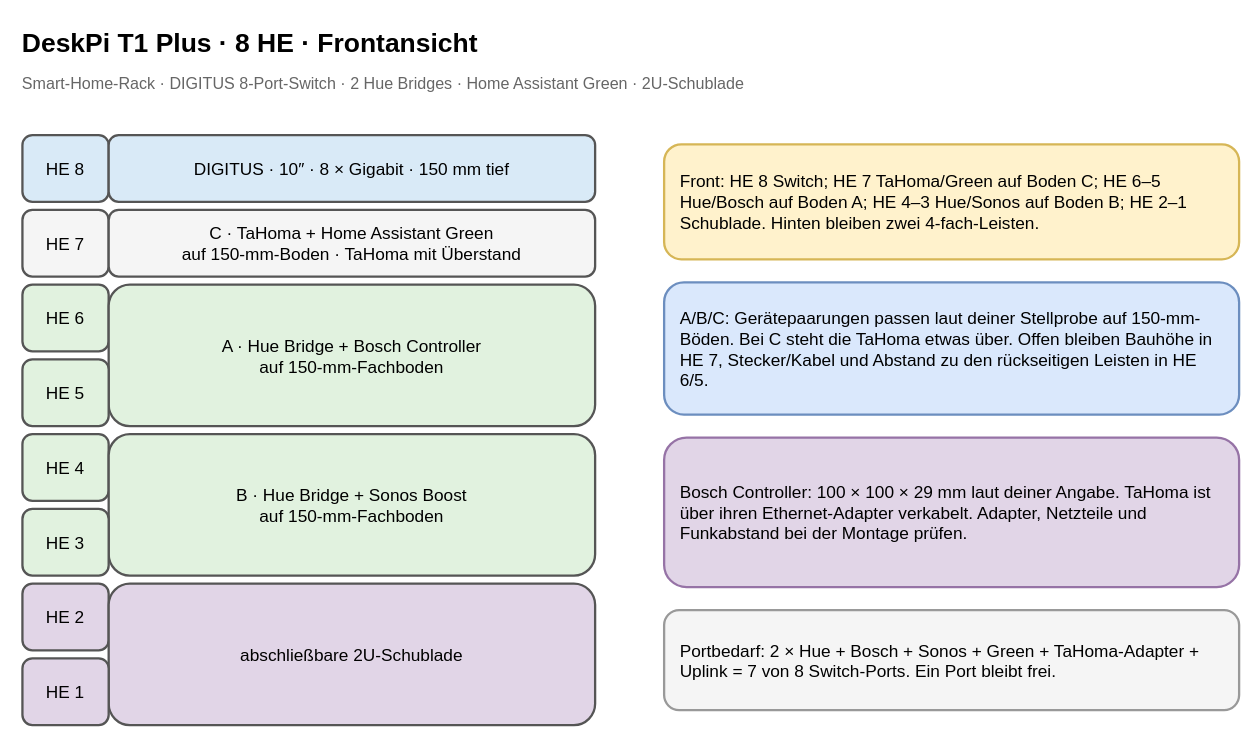
Before: page "DeskPi 8 HE – Front" (1 of 4) of 10-zoll-rack-planung.drawio in tiptronic/diagrams, a draw.io diagram. Source tidied: cells renumbered, new cells numbered last; positions are measured from the earlier drawing's top-left corner, leaving out a move shared by most shapes. Both pictures are drawn from the tidied source at 115%, with x=0, y=0 at pixel (20, 20).
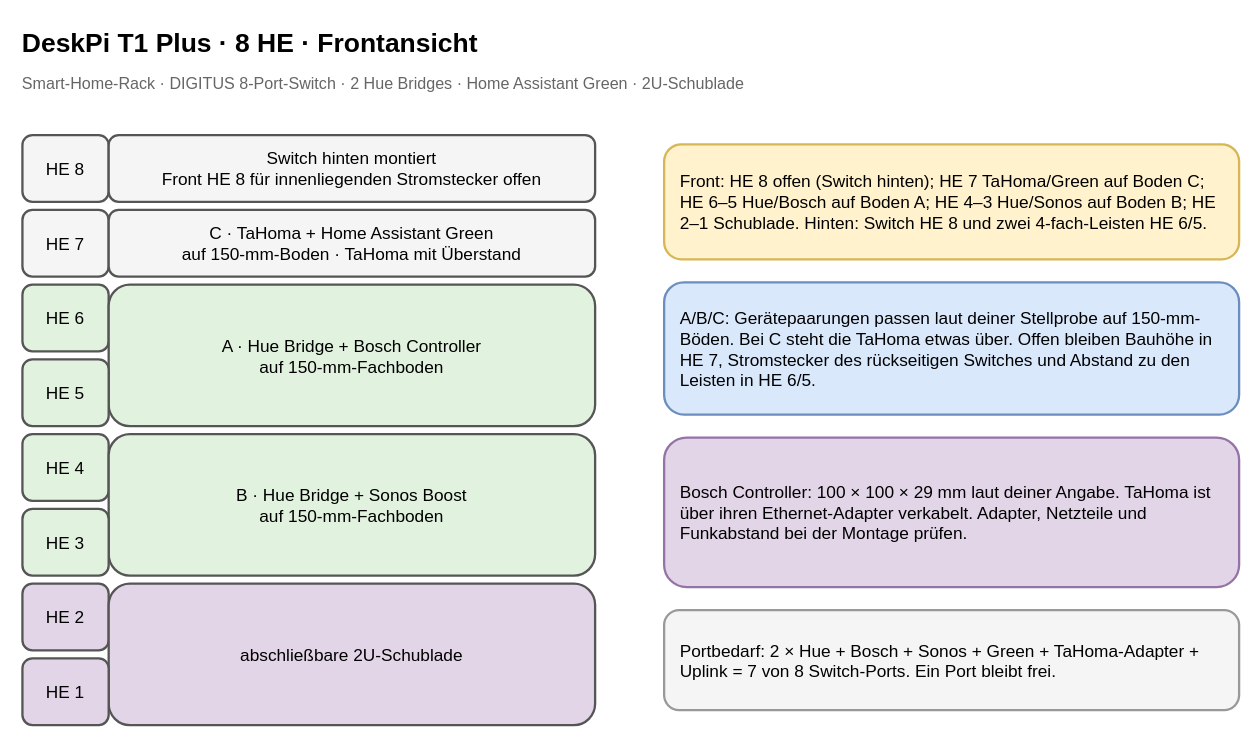
The same page after the edit.

Commit message (it also covers changes not shown here):
Plan switch on rear rack rails

Change to the diagram source:
```diff
@@
-    <mxCell id="4" value="HE 8" style="rounded=1;whiteSpace=wrap;html=1;align=center;verticalAlign=middle;strokeWidth=2;fontSize=15;fillColor=#d9eaf7;strokeColor=#555555;" parent="1" vertex="1">
+    <mxCell id="4" value="HE 8" style="rounded=1;whiteSpace=wrap;html=1;align=center;verticalAlign=middle;strokeWidth=2;fontSize=15;fillColor=#f5f5f5;strokeColor=#555555;" parent="1" vertex="1">
       <mxGeometry x="2" y="100" width="75" height="58" as="geometry" />
     </mxCell>
-    <mxCell id="5" value="DIGITUS · 10″ · 8 × Gigabit · 150 mm tief" style="rounded=1;whiteSpace=wrap;html=1;align=center;verticalAlign=middle;strokeWidth=2;fontSize=15;fillColor=#d9eaf7;strokeColor=#555555;" parent="1" vertex="1">
+    <mxCell id="5" value="Switch hinten montiert&#10;Front HE 8 für innenliegenden Stromstecker offen" style="rounded=1;whiteSpace=wrap;html=1;align=center;verticalAlign=middle;strokeWidth=2;fontSize=15;fillColor=#f5f5f5;strokeColor=#555555;" parent="1" vertex="1">
       <mxGeometry x="77" y="100" width="423" height="58" as="geometry" />
     </mxCell>
@@
-    <mxCell id="17" value="Front: HE 8 Switch; HE 7 TaHoma/Green auf Boden C; HE 6–5 Hue/Bosch auf Boden A; HE 4–3 Hue/Sonos auf Boden B; HE 2–1 Schublade. Hinten bleiben zwei 4-fach-Leisten." style="rounded=1;whiteSpace=wrap;html=1;align=center;verticalAlign=middle;strokeWidth=2;fontSize=15;align=left;spacing=14;fillColor=#fff2cc;strokeColor=#d6b656;" parent="1" vertex="1">
+    <mxCell id="17" value="Front: HE 8 offen (Switch hinten); HE 7 TaHoma/Green auf Boden C; HE 6–5 Hue/Bosch auf Boden A; HE 4–3 Hue/Sonos auf Boden B; HE 2–1 Schublade. Hinten: Switch HE 8 und zwei 4-fach-Leisten HE 6/5." style="rounded=1;whiteSpace=wrap;html=1;align=center;verticalAlign=middle;strokeWidth=2;fontSize=15;align=left;spacing=14;fillColor=#fff2cc;strokeColor=#d6b656;" parent="1" vertex="1">
       <mxGeometry x="560" y="108" width="500" height="100" as="geometry" />
     </mxCell>
-    <mxCell id="18" value="A/B/C: Gerätepaarungen passen laut deiner Stellprobe auf 150-mm-Böden. Bei C steht die TaHoma etwas über. Offen bleiben Bauhöhe in HE 7, Stecker/Kabel und Abstand zu den rückseitigen Leisten in HE 6/5." style="rounded=1;whiteSpace=wrap;html=1;align=center;verticalAlign=middle;strokeWidth=2;fontSize=15;align=left;spacing=14;fillColor=#dae8fc;strokeColor=#6c8ebf;" parent="1" vertex="1">
+    <mxCell id="18" value="A/B/C: Gerätepaarungen passen laut deiner Stellprobe auf 150-mm-Böden. Bei C steht die TaHoma etwas über. Offen bleiben Bauhöhe in HE 7, Stromstecker des rückseitigen Switches und Abstand zu den Leisten in HE 6/5." style="rounded=1;whiteSpace=wrap;html=1;align=center;verticalAlign=middle;strokeWidth=2;fontSize=15;align=left;spacing=14;fillColor=#dae8fc;strokeColor=#6c8ebf;" parent="1" vertex="1">
       <mxGeometry x="560" y="228" width="500" height="115" as="geometry" />
     </mxCell>
```
